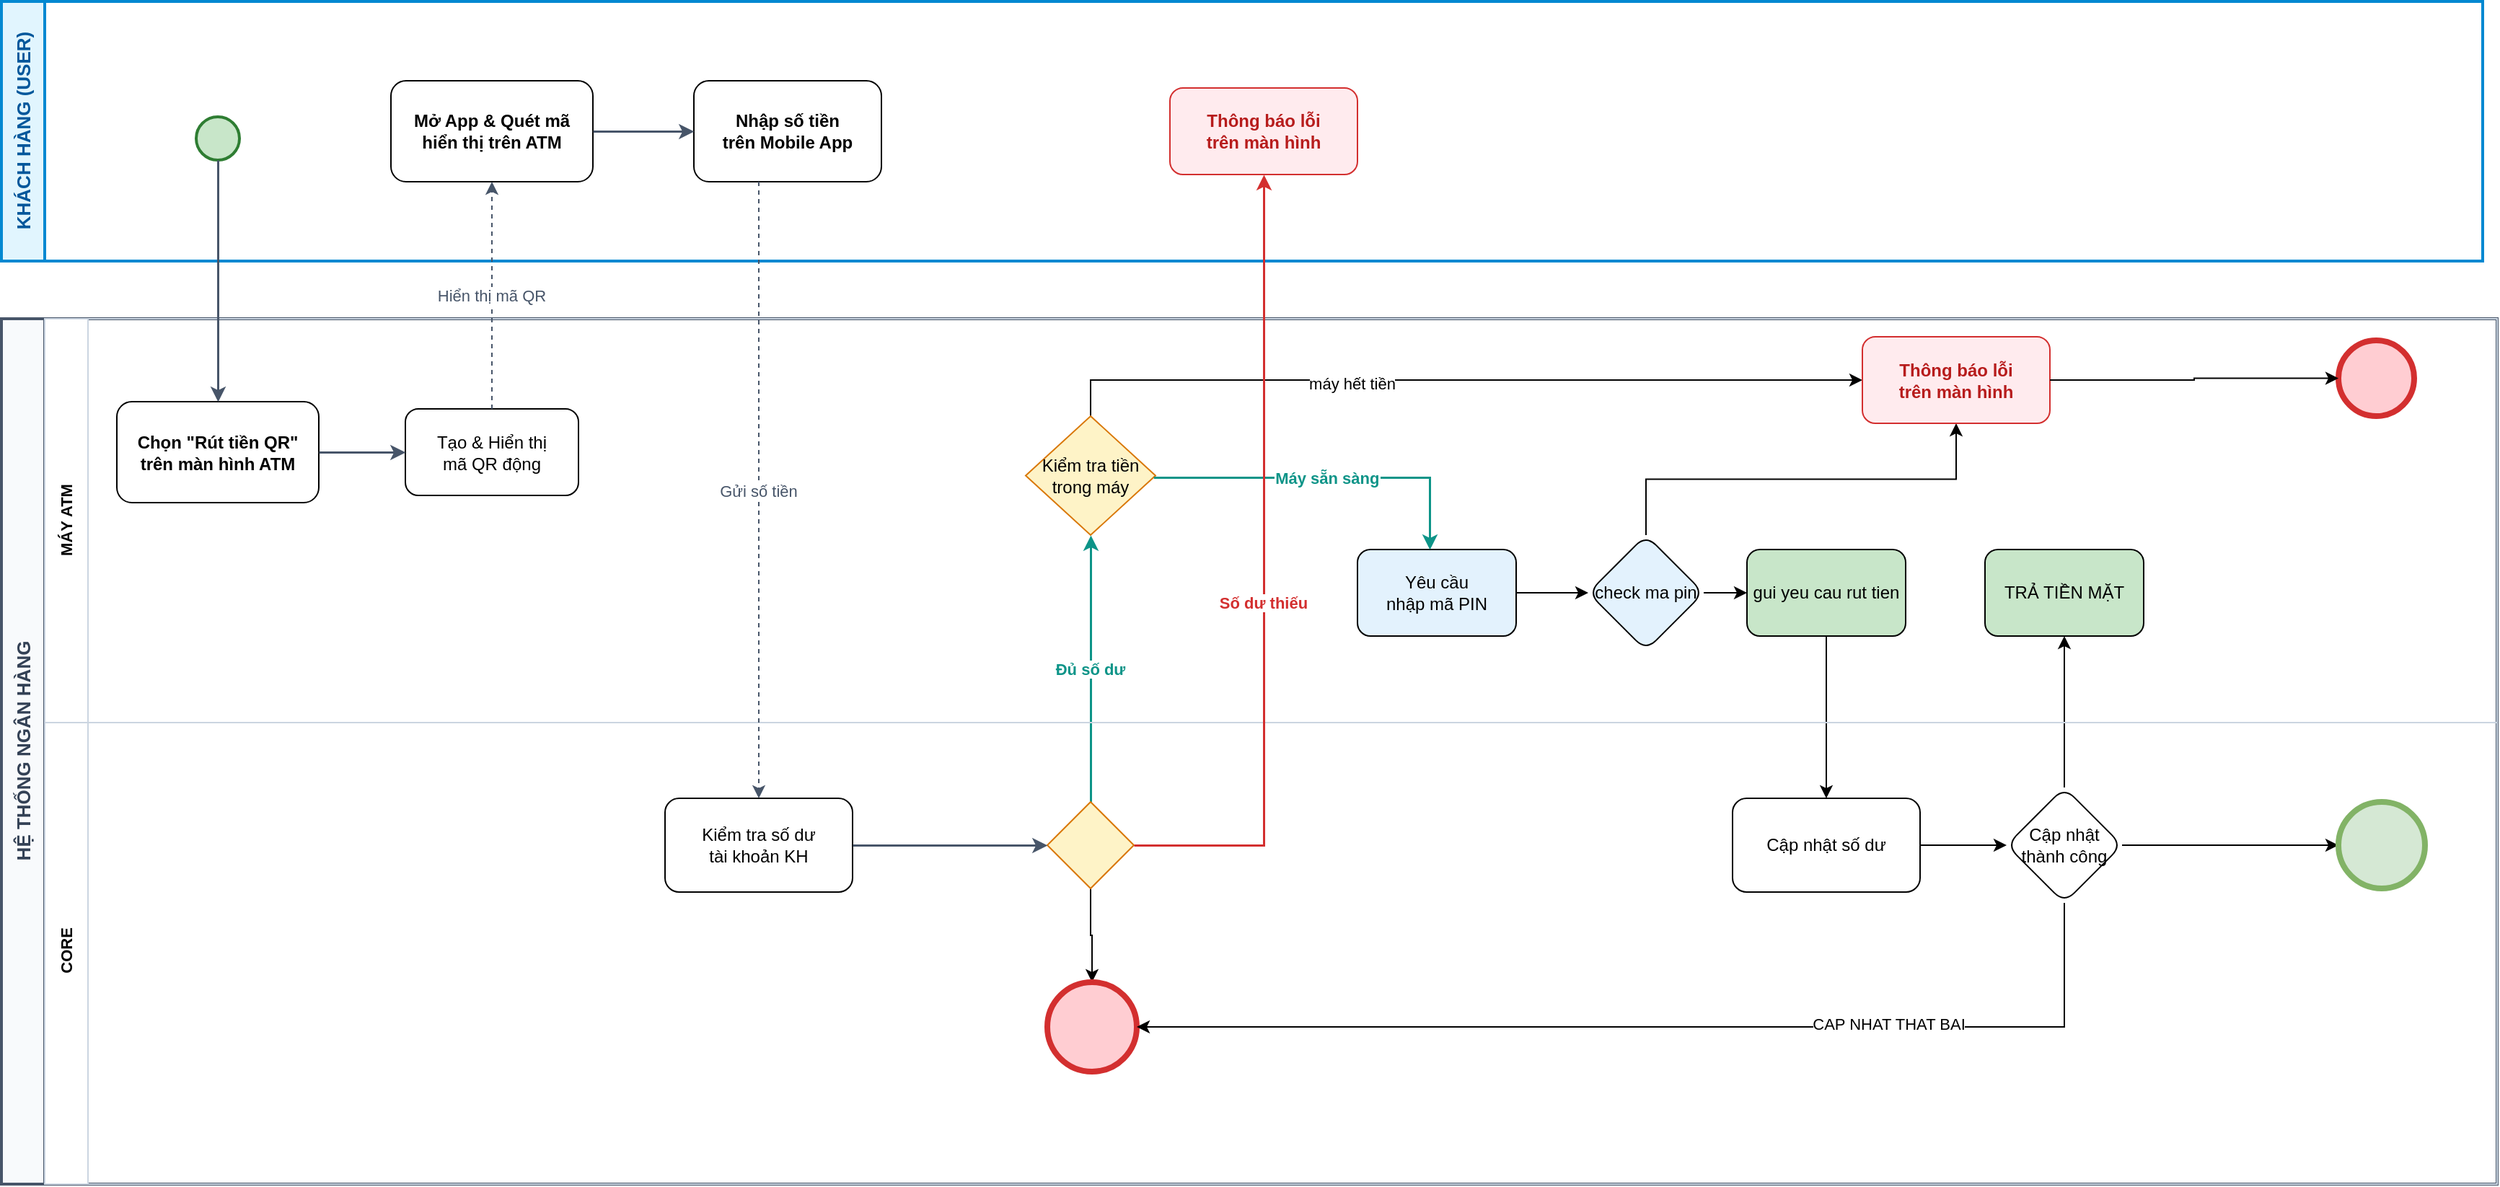
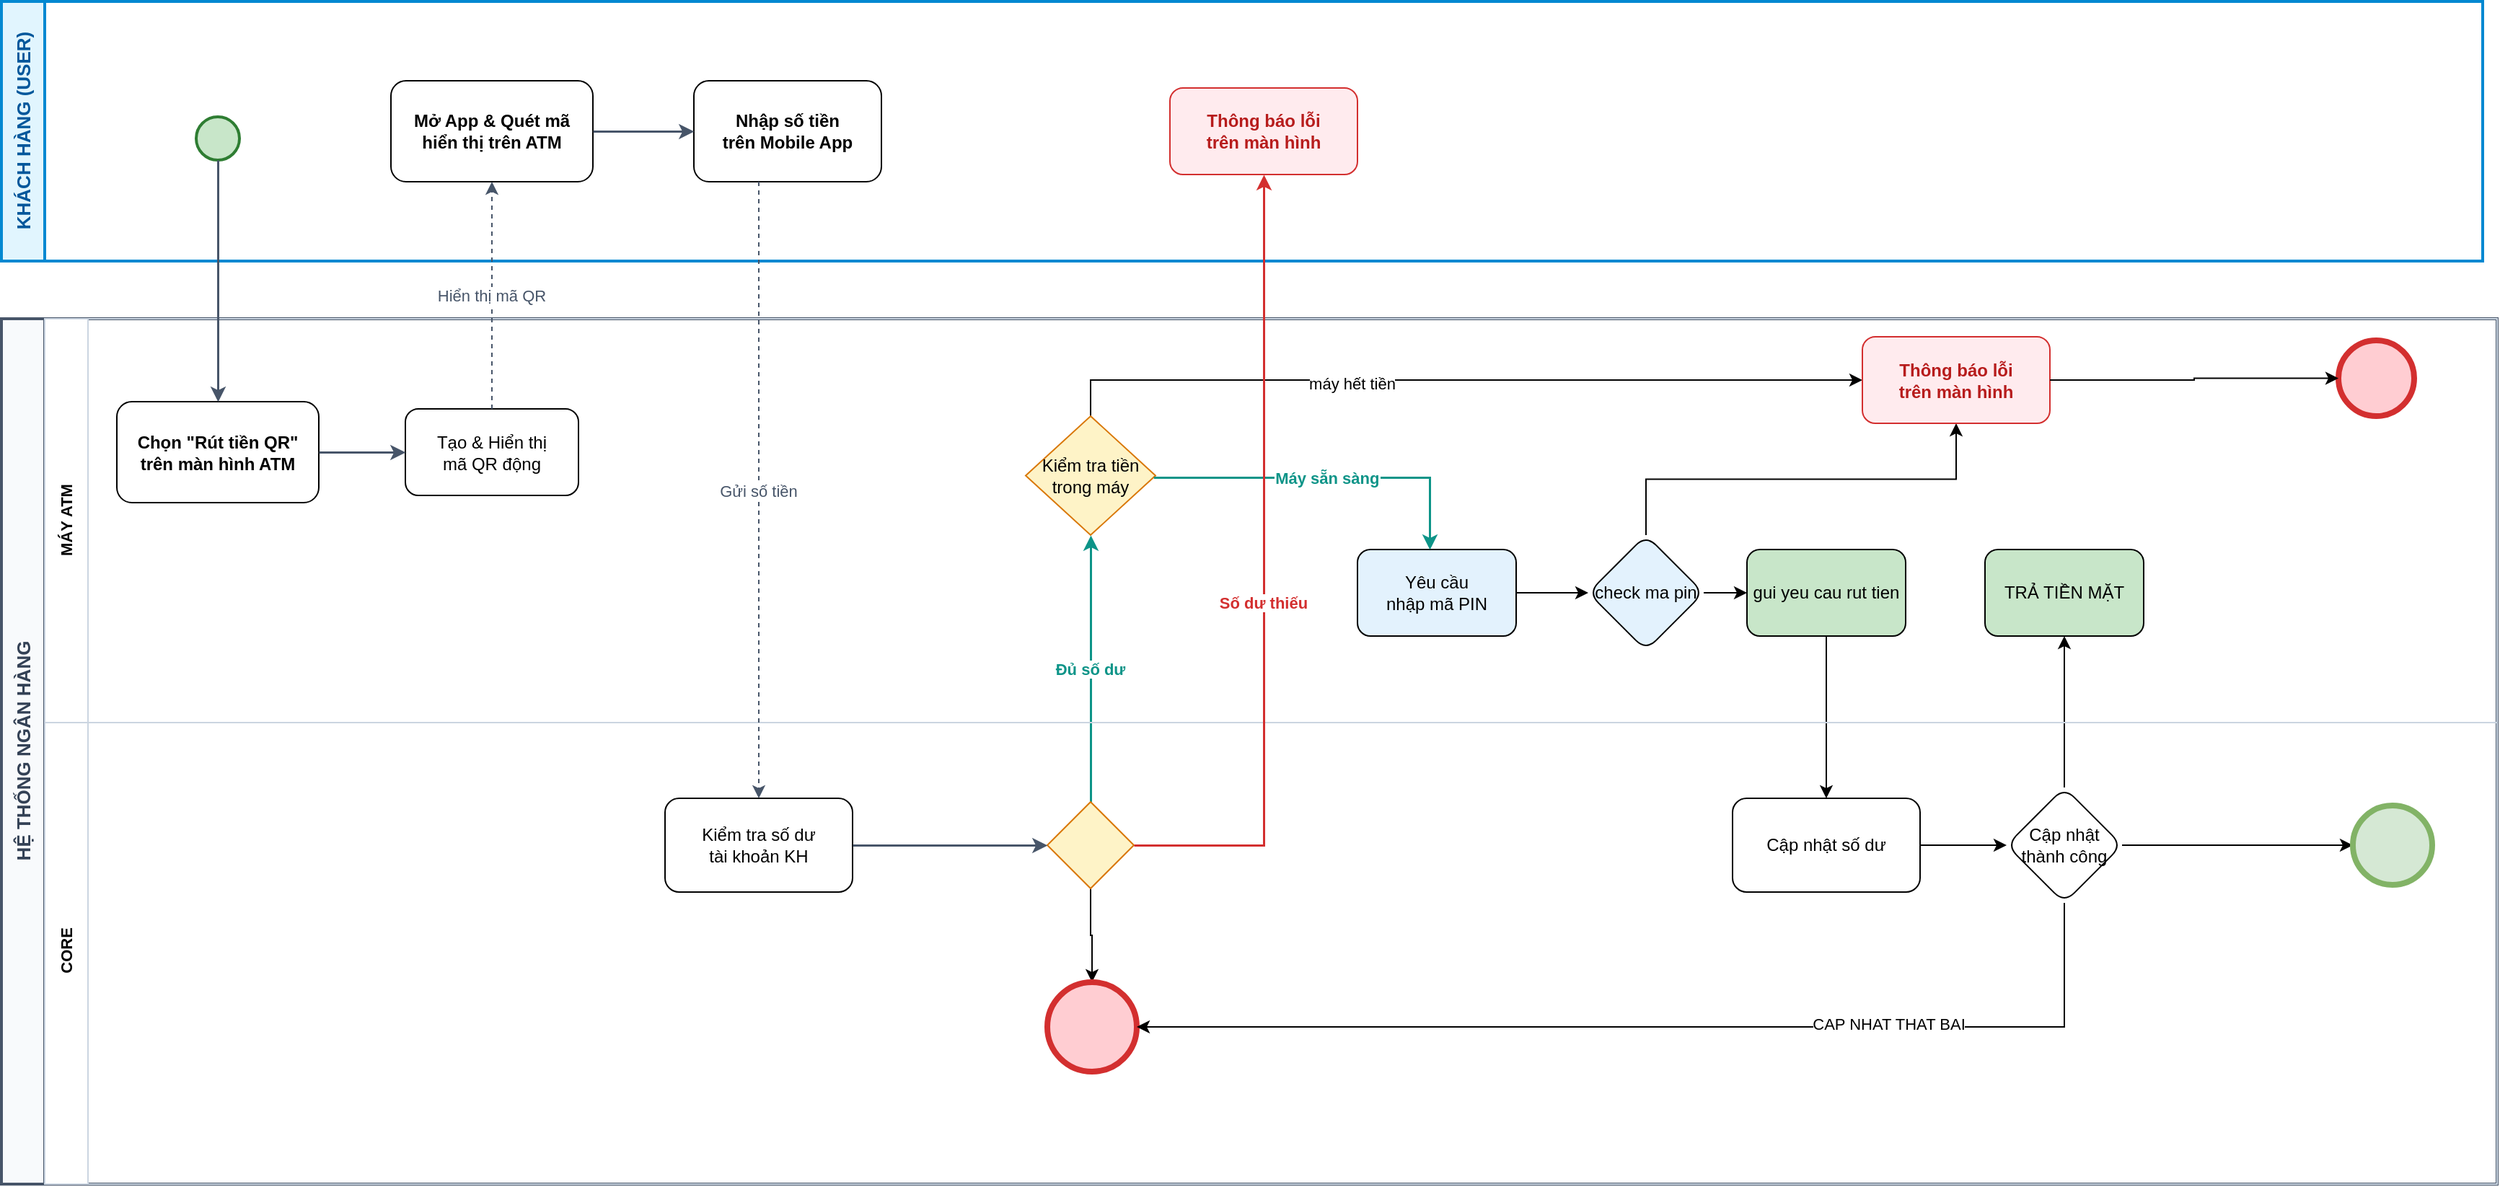
<mxfile host="app.diagrams.net">
  <diagram name="Trang 1" id="7iFpE9rM6MXRlJPmo184">
    <mxGraphModel dx="2402" dy="1038" grid="1" gridSize="10" guides="1" tooltips="1" connect="1" arrows="1" fold="1" page="1" pageScale="1" pageWidth="827" pageHeight="1169" math="0" shadow="0">
      <root>
        <mxCell id="0" />
        <mxCell id="1" parent="0" />
        <mxCell id="TdQYqhrO8htIkNFb8iGD-96" parent="1" style="swimlane;html=1;horizontal=0;startSize=30;fillColor=#E1F5FE;strokeColor=#0288D1;strokeWidth=2;fontFamily=Helvetica;fontSize=13;fontColor=#01579B;fontStyle=1;" value="KHÁCH HÀNG (USER)" vertex="1">
          <mxGeometry height="180" width="1720" x="130" y="1090" as="geometry" />
        </mxCell>
        <mxCell id="TdQYqhrO8htIkNFb8iGD-97" parent="TdQYqhrO8htIkNFb8iGD-96" style="ellipse;whiteSpace=wrap;html=1;aspect=fixed;fillColor=#C8E6C9;strokeColor=#2E7D32;strokeWidth=2;" value="" vertex="1">
          <mxGeometry height="30" width="30" x="135" y="80" as="geometry" />
        </mxCell>
        <mxCell id="TdQYqhrO8htIkNFb8iGD-99" parent="TdQYqhrO8htIkNFb8iGD-96" style="rounded=1;whiteSpace=wrap;html=1;fontFamily=Helvetica;fontSize=12;fontStyle=1;verticalAlign=middle;align=center;" value="Mở App &amp; Quét mã&#xa;hiển thị trên ATM" vertex="1">
          <mxGeometry height="70" width="140" x="270" y="55" as="geometry" />
        </mxCell>
        <mxCell id="TdQYqhrO8htIkNFb8iGD-100" parent="TdQYqhrO8htIkNFb8iGD-96" style="rounded=1;whiteSpace=wrap;html=1;fontFamily=Helvetica;fontSize=12;fontStyle=1;verticalAlign=middle;align=center;" value="Nhập số tiền&#xa;trên Mobile App" vertex="1">
          <mxGeometry height="70" width="130" x="480" y="55" as="geometry" />
        </mxCell>
        <mxCell id="TdQYqhrO8htIkNFb8iGD-113" parent="TdQYqhrO8htIkNFb8iGD-96" style="rounded=1;whiteSpace=wrap;html=1;fillColor=#FFEBEE;strokeColor=#D32F2F;fontColor=#B71C1C;fontFamily=Helvetica;fontSize=12;fontStyle=1;" value="Thông báo lỗi&#xa;trên màn hình" vertex="1">
          <mxGeometry height="60" width="130" x="810" y="60" as="geometry" />
        </mxCell>
        <mxCell id="TdQYqhrO8htIkNFb8iGD-103" parent="1" style="swimlane;html=1;horizontal=0;startSize=30;childLayout=stackLayout;horizontalStack=0;resizeParent=1;resizeParentMax=0;resizeLast=0;collapsible=1;fillColor=#F8FAFC;strokeColor=#475569;strokeWidth=2;fontFamily=Helvetica;fontSize=13;fontColor=#334155;fontStyle=1;" value="HỆ THỐNG NGÂN HÀNG" vertex="1">
          <mxGeometry height="600" width="1730" x="130" y="1310" as="geometry" />
        </mxCell>
        <mxCell id="TdQYqhrO8htIkNFb8iGD-104" parent="TdQYqhrO8htIkNFb8iGD-103" style="swimlane;html=1;horizontal=0;startSize=30;fillColor=#FFFFFF;strokeColor=#CBD5E1;fontFamily=Helvetica;fontSize=11;fontStyle=1;" value="MÁY ATM" vertex="1">
          <mxGeometry height="280" width="1700" x="30" as="geometry" />
        </mxCell>
        <mxCell id="TdQYqhrO8htIkNFb8iGD-105" parent="TdQYqhrO8htIkNFb8iGD-104" style="rounded=1;whiteSpace=wrap;html=1;fontFamily=Helvetica;fontSize=12;" value="Tạo &amp; Hiển thị&#xa;mã QR động" vertex="1">
          <mxGeometry height="60" width="120" x="250" y="62.5" as="geometry" />
        </mxCell>
        <mxCell id="TdQYqhrO8htIkNFb8iGD-138" edge="1" parent="TdQYqhrO8htIkNFb8iGD-104" source="TdQYqhrO8htIkNFb8iGD-107" style="edgeStyle=orthogonalEdgeStyle;rounded=0;orthogonalLoop=1;jettySize=auto;html=1;exitX=0.5;exitY=0;exitDx=0;exitDy=0;entryX=0;entryY=0.5;entryDx=0;entryDy=0;" target="TdQYqhrO8htIkNFb8iGD-150">
          <mxGeometry relative="1" as="geometry" />
        </mxCell>
        <mxCell id="TdQYqhrO8htIkNFb8iGD-139" connectable="0" parent="TdQYqhrO8htIkNFb8iGD-138" style="edgeLabel;html=1;align=center;verticalAlign=middle;resizable=0;points=[];" value="máy hết tiền" vertex="1">
          <mxGeometry relative="1" x="-0.2661" y="-2" as="geometry">
            <mxPoint as="offset" />
          </mxGeometry>
        </mxCell>
        <mxCell id="TdQYqhrO8htIkNFb8iGD-107" parent="TdQYqhrO8htIkNFb8iGD-104" style="rhombus;whiteSpace=wrap;html=1;fillColor=#FEF3C7;strokeColor=#D97706;" value="Kiểm tra tiền trong máy" vertex="1">
          <mxGeometry height="82.5" width="90" x="680" y="67.5" as="geometry" />
        </mxCell>
        <mxCell id="TdQYqhrO8htIkNFb8iGD-141" edge="1" parent="TdQYqhrO8htIkNFb8iGD-104" source="TdQYqhrO8htIkNFb8iGD-108" style="edgeStyle=orthogonalEdgeStyle;rounded=0;orthogonalLoop=1;jettySize=auto;html=1;" target="TdQYqhrO8htIkNFb8iGD-140" value="">
          <mxGeometry relative="1" as="geometry" />
        </mxCell>
        <mxCell id="TdQYqhrO8htIkNFb8iGD-108" parent="TdQYqhrO8htIkNFb8iGD-104" style="rounded=1;whiteSpace=wrap;html=1;fillColor=#E3F2FD;fontFamily=Helvetica;fontSize=12;" value="Yêu cầu&#xa;nhập mã PIN" vertex="1">
          <mxGeometry height="60" width="110" x="910" y="160" as="geometry" />
        </mxCell>
        <mxCell id="TdQYqhrO8htIkNFb8iGD-109" parent="TdQYqhrO8htIkNFb8iGD-104" style="rounded=1;whiteSpace=wrap;html=1;fillColor=#C8E6C9;fontFamily=Helvetica;fontSize=12;" value="gui yeu cau rut tien" vertex="1">
          <mxGeometry height="60" width="110" x="1180" y="160" as="geometry" />
        </mxCell>
        <mxCell id="TdQYqhrO8htIkNFb8iGD-98" parent="TdQYqhrO8htIkNFb8iGD-104" style="rounded=1;whiteSpace=wrap;html=1;fontFamily=Helvetica;fontSize=12;fontStyle=1;verticalAlign=middle;align=center;" value="Chọn &quot;Rút tiền QR&quot;&#xa;trên màn hình ATM" vertex="1">
          <mxGeometry height="70" width="140" x="50" y="57.5" as="geometry" />
        </mxCell>
        <mxCell id="TdQYqhrO8htIkNFb8iGD-116" edge="1" parent="TdQYqhrO8htIkNFb8iGD-104" source="TdQYqhrO8htIkNFb8iGD-98" style="edgeStyle=orthogonalEdgeStyle;rounded=0;strokeColor=#475569;strokeWidth=1.5;" target="TdQYqhrO8htIkNFb8iGD-105">
          <mxGeometry relative="1" as="geometry" />
        </mxCell>
        <mxCell id="TdQYqhrO8htIkNFb8iGD-142" edge="1" parent="TdQYqhrO8htIkNFb8iGD-104" source="TdQYqhrO8htIkNFb8iGD-140" style="edgeStyle=orthogonalEdgeStyle;rounded=0;orthogonalLoop=1;jettySize=auto;html=1;exitX=1;exitY=0.5;exitDx=0;exitDy=0;entryX=0;entryY=0.5;entryDx=0;entryDy=0;" target="TdQYqhrO8htIkNFb8iGD-109">
          <mxGeometry relative="1" as="geometry" />
        </mxCell>
        <mxCell id="TdQYqhrO8htIkNFb8iGD-143" edge="1" parent="TdQYqhrO8htIkNFb8iGD-104" source="TdQYqhrO8htIkNFb8iGD-140" style="edgeStyle=orthogonalEdgeStyle;rounded=0;orthogonalLoop=1;jettySize=auto;html=1;exitX=0.5;exitY=0;exitDx=0;exitDy=0;entryX=0.5;entryY=1;entryDx=0;entryDy=0;" target="TdQYqhrO8htIkNFb8iGD-150">
          <mxGeometry relative="1" as="geometry" />
        </mxCell>
        <mxCell id="TdQYqhrO8htIkNFb8iGD-140" parent="TdQYqhrO8htIkNFb8iGD-104" style="rhombus;whiteSpace=wrap;html=1;fillColor=#E3F2FD;rounded=1;" value="check ma pin" vertex="1">
          <mxGeometry height="80" width="80" x="1070" y="150" as="geometry" />
        </mxCell>
        <mxCell id="TdQYqhrO8htIkNFb8iGD-150" parent="TdQYqhrO8htIkNFb8iGD-104" style="rounded=1;whiteSpace=wrap;html=1;fillColor=#FFEBEE;strokeColor=#D32F2F;fontColor=#B71C1C;fontFamily=Helvetica;fontSize=12;fontStyle=1;" value="Thông báo lỗi&#xa;trên màn hình" vertex="1">
          <mxGeometry height="60" width="130" x="1260" y="12.5" as="geometry" />
        </mxCell>
        <mxCell id="TdQYqhrO8htIkNFb8iGD-156" parent="TdQYqhrO8htIkNFb8iGD-104" style="rounded=1;whiteSpace=wrap;html=1;fillColor=#C8E6C9;fontFamily=Helvetica;fontSize=12;" value="TRẢ TIỀN MẶT" vertex="1">
          <mxGeometry height="60" width="110" x="1345" y="160" as="geometry" />
        </mxCell>
        <mxCell id="TdQYqhrO8htIkNFb8iGD-164" parent="TdQYqhrO8htIkNFb8iGD-104" style="ellipse;whiteSpace=wrap;html=1;aspect=fixed;fillColor=#FFCDD2;strokeColor=#D32F2F;strokeWidth=4;" value="" vertex="1">
          <mxGeometry height="52.5" width="52.5" x="1590" y="15" as="geometry" />
        </mxCell>
        <mxCell id="TdQYqhrO8htIkNFb8iGD-167" edge="1" parent="TdQYqhrO8htIkNFb8iGD-104" source="TdQYqhrO8htIkNFb8iGD-150" style="edgeStyle=orthogonalEdgeStyle;rounded=0;orthogonalLoop=1;jettySize=auto;html=1;exitX=1;exitY=0.5;exitDx=0;exitDy=0;" target="TdQYqhrO8htIkNFb8iGD-164">
          <mxGeometry relative="1" as="geometry" />
        </mxCell>
        <mxCell id="TdQYqhrO8htIkNFb8iGD-121" edge="1" parent="TdQYqhrO8htIkNFb8iGD-103" source="TdQYqhrO8htIkNFb8iGD-112" style="edgeStyle=orthogonalEdgeStyle;rounded=0;strokeColor=#0D9488;strokeWidth=1.5;fontFamily=Helvetica;fontSize=11;fontColor=#0D9488;fontStyle=1;entryX=0.5;entryY=1;entryDx=0;entryDy=0;" target="TdQYqhrO8htIkNFb8iGD-107" value="Đủ số dư">
          <mxGeometry relative="1" as="geometry">
            <mxPoint x="740" y="75" as="targetPoint" />
          </mxGeometry>
        </mxCell>
        <mxCell id="TdQYqhrO8htIkNFb8iGD-145" edge="1" parent="TdQYqhrO8htIkNFb8iGD-103" source="TdQYqhrO8htIkNFb8iGD-109" style="edgeStyle=orthogonalEdgeStyle;rounded=0;orthogonalLoop=1;jettySize=auto;html=1;exitX=0.5;exitY=1;exitDx=0;exitDy=0;entryX=0.5;entryY=0;entryDx=0;entryDy=0;" target="TdQYqhrO8htIkNFb8iGD-144">
          <mxGeometry relative="1" as="geometry" />
        </mxCell>
        <mxCell id="TdQYqhrO8htIkNFb8iGD-157" edge="1" parent="TdQYqhrO8htIkNFb8iGD-103" source="TdQYqhrO8htIkNFb8iGD-146" style="edgeStyle=orthogonalEdgeStyle;rounded=0;orthogonalLoop=1;jettySize=auto;html=1;exitX=0.5;exitY=0;exitDx=0;exitDy=0;" target="TdQYqhrO8htIkNFb8iGD-156">
          <mxGeometry relative="1" as="geometry" />
        </mxCell>
        <mxCell id="TdQYqhrO8htIkNFb8iGD-110" parent="TdQYqhrO8htIkNFb8iGD-103" style="swimlane;html=1;horizontal=0;startSize=30;fillColor=#FFFFFF;strokeColor=#CBD5E1;fontFamily=Helvetica;fontSize=11;fontStyle=1;" value="&amp;nbsp;CORE" vertex="1">
          <mxGeometry height="320" width="1700" x="30" y="280" as="geometry" />
        </mxCell>
        <mxCell id="TdQYqhrO8htIkNFb8iGD-111" parent="TdQYqhrO8htIkNFb8iGD-110" style="rounded=1;whiteSpace=wrap;html=1;fontFamily=Helvetica;fontSize=12;" value="Kiểm tra số dư&#xa;tài khoản KH" vertex="1">
          <mxGeometry height="65" width="130" x="430" y="52.5" as="geometry" />
        </mxCell>
        <mxCell id="TdQYqhrO8htIkNFb8iGD-136" edge="1" parent="TdQYqhrO8htIkNFb8iGD-110" source="TdQYqhrO8htIkNFb8iGD-112" style="edgeStyle=orthogonalEdgeStyle;rounded=0;orthogonalLoop=1;jettySize=auto;html=1;exitX=0.5;exitY=1;exitDx=0;exitDy=0;entryX=0.5;entryY=0;entryDx=0;entryDy=0;" target="TdQYqhrO8htIkNFb8iGD-114">
          <mxGeometry relative="1" as="geometry" />
        </mxCell>
        <mxCell id="TdQYqhrO8htIkNFb8iGD-112" parent="TdQYqhrO8htIkNFb8iGD-110" style="rhombus;whiteSpace=wrap;html=1;fillColor=#FEF3C7;strokeColor=#D97706;" value="" vertex="1">
          <mxGeometry height="60" width="60" x="695" y="55" as="geometry" />
        </mxCell>
        <mxCell id="TdQYqhrO8htIkNFb8iGD-114" parent="TdQYqhrO8htIkNFb8iGD-110" style="ellipse;whiteSpace=wrap;html=1;aspect=fixed;fillColor=#FFCDD2;strokeColor=#D32F2F;strokeWidth=4;" value="" vertex="1">
          <mxGeometry height="62" width="62" x="695" y="180" as="geometry" />
        </mxCell>
        <mxCell id="TdQYqhrO8htIkNFb8iGD-147" edge="1" parent="TdQYqhrO8htIkNFb8iGD-110" source="TdQYqhrO8htIkNFb8iGD-144" style="edgeStyle=orthogonalEdgeStyle;rounded=0;orthogonalLoop=1;jettySize=auto;html=1;" target="TdQYqhrO8htIkNFb8iGD-146" value="">
          <mxGeometry relative="1" as="geometry" />
        </mxCell>
        <mxCell id="TdQYqhrO8htIkNFb8iGD-144" parent="TdQYqhrO8htIkNFb8iGD-110" style="rounded=1;whiteSpace=wrap;html=1;fontFamily=Helvetica;fontSize=12;" value="Cập nhật số dư" vertex="1">
          <mxGeometry height="65" width="130" x="1170" y="52.5" as="geometry" />
        </mxCell>
        <mxCell id="TdQYqhrO8htIkNFb8iGD-154" edge="1" parent="TdQYqhrO8htIkNFb8iGD-110" source="TdQYqhrO8htIkNFb8iGD-146" style="edgeStyle=orthogonalEdgeStyle;rounded=0;orthogonalLoop=1;jettySize=auto;html=1;exitX=0.5;exitY=1;exitDx=0;exitDy=0;entryX=1;entryY=0.5;entryDx=0;entryDy=0;" target="TdQYqhrO8htIkNFb8iGD-114">
          <mxGeometry relative="1" as="geometry" />
        </mxCell>
        <mxCell id="TdQYqhrO8htIkNFb8iGD-155" connectable="0" parent="TdQYqhrO8htIkNFb8iGD-154" style="edgeLabel;html=1;align=center;verticalAlign=middle;resizable=0;points=[];" value="CAP NHAT THAT BAI" vertex="1">
          <mxGeometry relative="1" x="-0.4278" y="-2" as="geometry">
            <mxPoint as="offset" />
          </mxGeometry>
        </mxCell>
        <mxCell id="TdQYqhrO8htIkNFb8iGD-161" edge="1" parent="TdQYqhrO8htIkNFb8iGD-110" source="TdQYqhrO8htIkNFb8iGD-146" style="edgeStyle=orthogonalEdgeStyle;rounded=0;orthogonalLoop=1;jettySize=auto;html=1;exitX=1;exitY=0.5;exitDx=0;exitDy=0;entryX=0;entryY=0.5;entryDx=0;entryDy=0;" target="TdQYqhrO8htIkNFb8iGD-102">
          <mxGeometry relative="1" as="geometry">
            <Array as="points">
              <mxPoint x="1520" y="85" />
            </Array>
          </mxGeometry>
        </mxCell>
        <mxCell id="TdQYqhrO8htIkNFb8iGD-146" parent="TdQYqhrO8htIkNFb8iGD-110" style="rhombus;whiteSpace=wrap;html=1;rounded=1;" value="Cập nhật thành công" vertex="1">
          <mxGeometry height="80" width="80" x="1360" y="45" as="geometry" />
        </mxCell>
        <mxCell id="TdQYqhrO8htIkNFb8iGD-102" parent="TdQYqhrO8htIkNFb8iGD-110" style="ellipse;whiteSpace=wrap;html=1;aspect=fixed;fillColor=#d5e8d4;strokeColor=#82b366;strokeWidth=4;" value="" vertex="1">
-           <mxGeometry height="60" width="60" x="1590" y="55" as="geometry" />
+           <mxGeometry height="55" width="55" x="1600" y="57.5" as="geometry" />
        </mxCell>
        <mxCell id="TdQYqhrO8htIkNFb8iGD-115" edge="1" parent="1" source="TdQYqhrO8htIkNFb8iGD-97" style="edgeStyle=orthogonalEdgeStyle;rounded=0;strokeColor=#475569;strokeWidth=1.5;" target="TdQYqhrO8htIkNFb8iGD-98">
          <mxGeometry relative="1" as="geometry" />
        </mxCell>
        <mxCell id="TdQYqhrO8htIkNFb8iGD-117" edge="1" parent="1" source="TdQYqhrO8htIkNFb8iGD-105" style="edgeStyle=orthogonalEdgeStyle;rounded=0;dashed=1;strokeColor=#475569;fontFamily=Helvetica;fontSize=11;fontColor=#475569;" target="TdQYqhrO8htIkNFb8iGD-99" value="Hiển thị mã QR">
          <mxGeometry relative="1" as="geometry" />
        </mxCell>
        <mxCell id="TdQYqhrO8htIkNFb8iGD-118" edge="1" parent="1" source="TdQYqhrO8htIkNFb8iGD-99" style="edgeStyle=orthogonalEdgeStyle;rounded=0;strokeColor=#475569;strokeWidth=1.5;" target="TdQYqhrO8htIkNFb8iGD-100">
          <mxGeometry relative="1" as="geometry" />
        </mxCell>
        <mxCell id="TdQYqhrO8htIkNFb8iGD-119" edge="1" parent="1" source="TdQYqhrO8htIkNFb8iGD-100" style="edgeStyle=orthogonalEdgeStyle;rounded=0;dashed=1;strokeColor=#475569;fontFamily=Helvetica;fontSize=11;fontColor=#475569;" target="TdQYqhrO8htIkNFb8iGD-111" value="Gửi số tiền">
          <mxGeometry relative="1" as="geometry">
            <Array as="points">
              <mxPoint x="655" y="1370" />
              <mxPoint x="655" y="1370" />
            </Array>
          </mxGeometry>
        </mxCell>
        <mxCell id="TdQYqhrO8htIkNFb8iGD-120" edge="1" parent="1" source="TdQYqhrO8htIkNFb8iGD-111" style="edgeStyle=orthogonalEdgeStyle;rounded=0;strokeColor=#475569;strokeWidth=1.5;" target="TdQYqhrO8htIkNFb8iGD-112">
          <mxGeometry relative="1" as="geometry" />
        </mxCell>
        <mxCell id="TdQYqhrO8htIkNFb8iGD-125" edge="1" parent="1" source="TdQYqhrO8htIkNFb8iGD-107" style="edgeStyle=orthogonalEdgeStyle;rounded=0;strokeColor=#0D9488;strokeWidth=1.5;fontFamily=Helvetica;fontSize=11;fontColor=#0D9488;fontStyle=1" target="TdQYqhrO8htIkNFb8iGD-108" value="Máy sẵn sàng">
          <mxGeometry relative="1" as="geometry">
            <Array as="points">
              <mxPoint x="1120" y="1420" />
            </Array>
          </mxGeometry>
        </mxCell>
        <mxCell id="TdQYqhrO8htIkNFb8iGD-122" edge="1" parent="1" source="TdQYqhrO8htIkNFb8iGD-112" style="edgeStyle=orthogonalEdgeStyle;rounded=0;strokeColor=#D32F2F;strokeWidth=1.5;fontFamily=Helvetica;fontSize=11;fontColor=#D32F2F;fontStyle=1" target="TdQYqhrO8htIkNFb8iGD-113" value="Số dư thiếu">
          <mxGeometry relative="1" x="-0.068" as="geometry">
            <mxPoint as="offset" />
          </mxGeometry>
        </mxCell>
      </root>
    </mxGraphModel>
  </diagram>
</mxfile>
